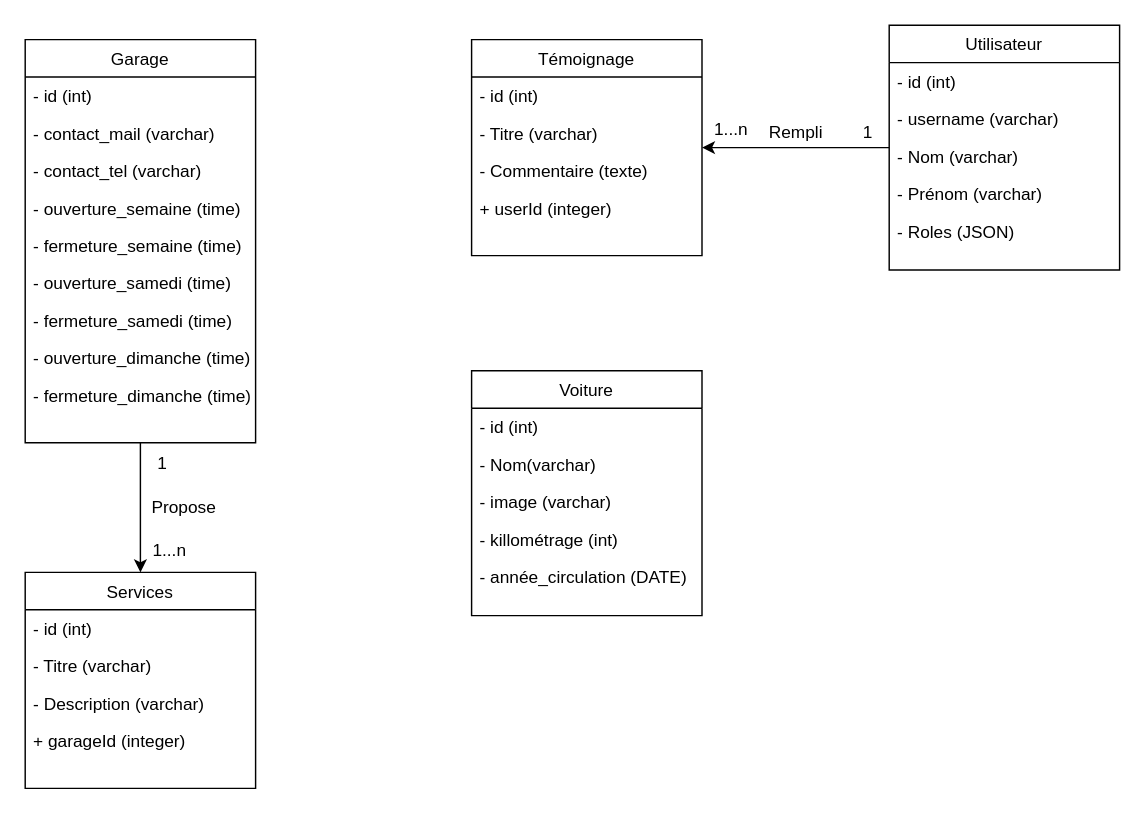
This is Préliminaire/Modele_Conceptuel_Donnee.drawio from CT-Pugalo/ECF-Studi_Garage, a draw.io file, before an edit. Source tidied: cells renumbered, new cells numbered last; positions are measured from the earlier drawing's top-left corner, leaving out a move shared by most shapes. Both pictures are drawn from the tidied source at 144%, with x=0, y=0 at pixel (24, 24).
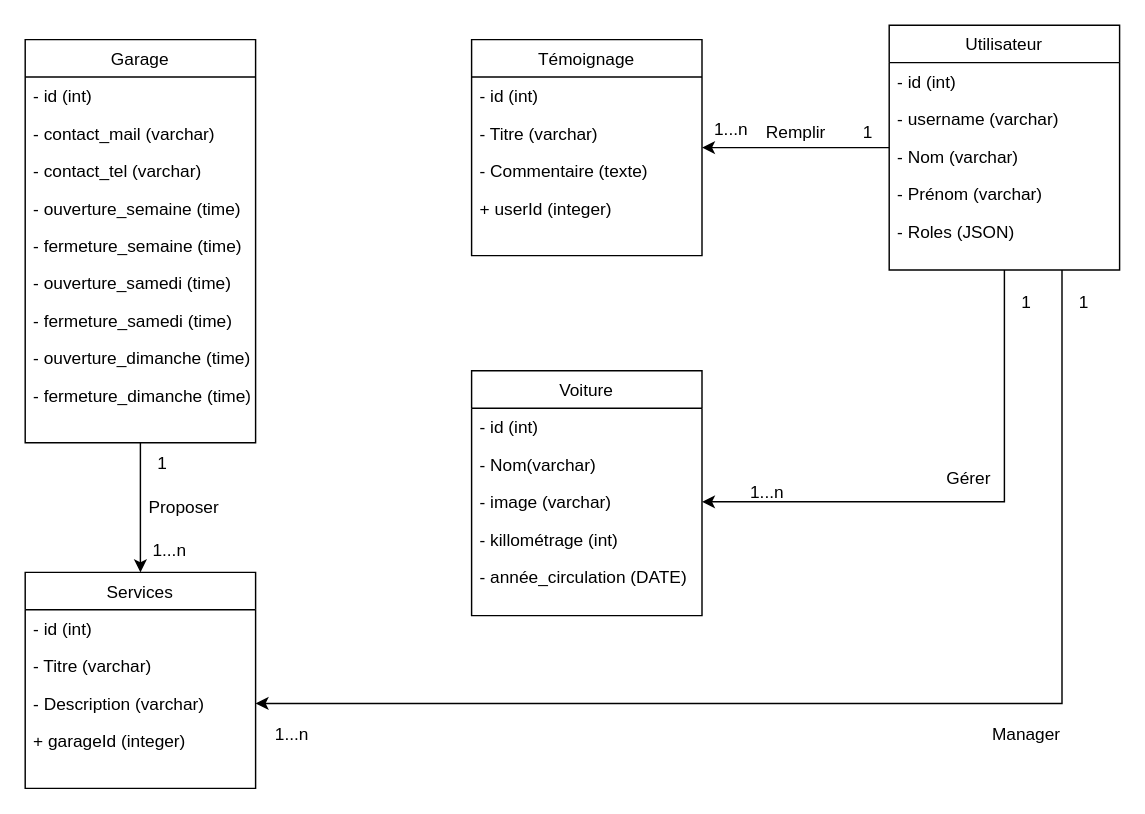
The same diagram, later.

Unchanged cells that the change refers to:
```xml
<mxCell id="3" value="Utilisateur" style="swimlane;fontStyle=0;align=center;verticalAlign=top;horizontal=1;startSize=26;rounded=0;shadow=0;strokeWidth=1;" parent="1" vertex="1">
  <mxGeometry x="600" width="160" height="170" as="geometry" />
</mxCell>
<mxCell id="28" value="- Description (varchar)   " style="text;align=left;verticalAlign=top;spacingLeft=4;spacingRight=4;overflow=hidden;points=[[0,0.5],[1,0.5]];portConstraint=eastwest;rounded=0;shadow=0;html=0;" parent="25" vertex="1">
  <mxGeometry y="78" width="160" height="26" as="geometry" />
</mxCell>
<mxCell id="33" value="- image (varchar)   " style="text;align=left;verticalAlign=top;spacingLeft=4;spacingRight=4;overflow=hidden;points=[[0,0.5],[1,0.5]];portConstraint=eastwest;rounded=0;shadow=0;html=0;" parent="30" vertex="1">
  <mxGeometry y="78" width="160" height="26" as="geometry" />
</mxCell>
```

Change to the diagram source:
```diff
@@
+    <mxCell id="42" style="edgeStyle=orthogonalEdgeStyle;rounded=0;jettySize=auto;html=1;exitX=0.5;exitY=1;exitDx=0;exitDy=0;entryX=1;entryY=0.5;entryDx=0;entryDy=0;" parent="1" edge="1" source="3" target="33">
+      <mxGeometry relative="1" as="geometry" />
+    </mxCell>
+    <mxCell id="43" style="edgeStyle=orthogonalEdgeStyle;rounded=0;jettySize=auto;html=1;exitX=0.75;exitY=1;exitDx=0;exitDy=0;entryX=1;entryY=0.5;entryDx=0;entryDy=0;" parent="1" edge="1" source="3" target="28">
+      <mxGeometry relative="1" as="geometry" />
+    </mxCell>
@@
-    <mxCell id="36" value="Rempli" style="text;html=1;align=center;verticalAlign=middle;strokeColor=none;fillColor=none;" parent="1" vertex="1">
+    <mxCell id="36" value="Remplir" style="text;html=1;align=center;verticalAlign=middle;strokeColor=none;fillColor=none;" parent="1" vertex="1">
       <mxGeometry x="505" y="60" width="60" height="30" as="geometry" />
     </mxCell>
@@
-    <mxCell id="39" value="Propose" style="text;html=1;align=center;verticalAlign=middle;strokeColor=none;fillColor=none;" parent="1" vertex="1">
+    <mxCell id="39" value="Proposer" style="text;html=1;align=center;verticalAlign=middle;strokeColor=none;fillColor=none;" parent="1" vertex="1">
       <mxGeometry x="75" y="320" width="70" height="30" as="geometry" />
     </mxCell>
@@
+    <mxCell id="44" value="1...n" style="text;html=1;align=center;verticalAlign=middle;strokeColor=none;fillColor=none;" parent="1" vertex="1">
+      <mxGeometry x="490" y="310" width="50" height="30" as="geometry" />
+    </mxCell>
+    <mxCell id="45" value="1" style="text;html=1;align=center;verticalAlign=middle;strokeColor=none;fillColor=none;" parent="1" vertex="1">
+      <mxGeometry x="680" y="178" width="30" height="30" as="geometry" />
+    </mxCell>
+    <mxCell id="46" value="Gérer" style="text;html=1;align=center;verticalAlign=middle;strokeColor=none;fillColor=none;" parent="1" vertex="1">
+      <mxGeometry x="630" y="300" width="50" height="30" as="geometry" />
+    </mxCell>
+    <mxCell id="47" value="Manager" style="text;html=1;align=center;verticalAlign=middle;strokeColor=none;fillColor=none;" parent="1" vertex="1">
+      <mxGeometry x="660" y="478" width="70" height="30" as="geometry" />
+    </mxCell>
+    <mxCell id="48" value="1...n" style="text;html=1;align=center;verticalAlign=middle;strokeColor=none;fillColor=none;" parent="1" vertex="1">
+      <mxGeometry x="160" y="478" width="50" height="30" as="geometry" />
+    </mxCell>
+    <mxCell id="49" value="1" style="text;html=1;align=center;verticalAlign=middle;strokeColor=none;fillColor=none;" parent="1" vertex="1">
+      <mxGeometry x="720" y="178" width="30" height="30" as="geometry" />
+    </mxCell>
```
